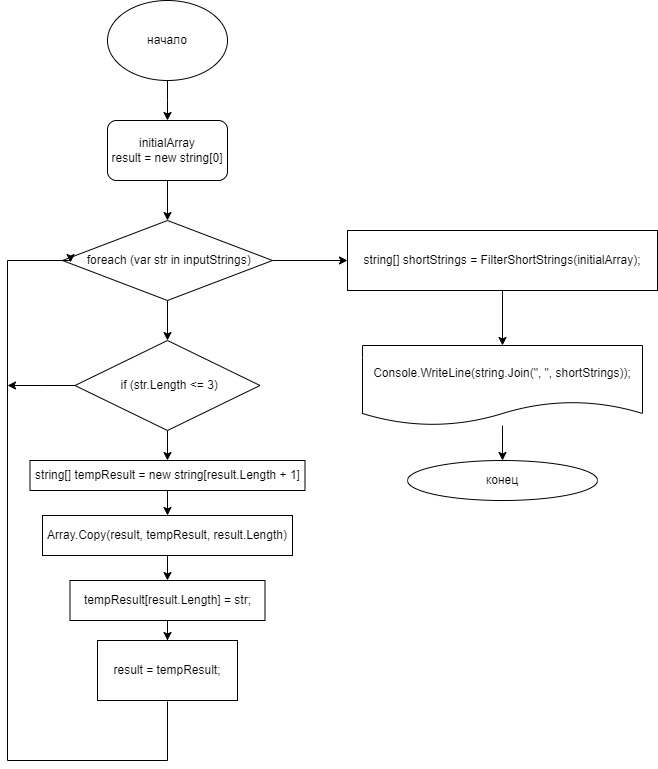
KirillSemibratov/controlWork keeps this draw.io diagram as контрольная работа.drawio.png. Above is the earlier version. Source tidied: cells renumbered, new cells last; positions are measured from the earlier drawing's top-left corner, leaving out a move shared by most shapes.
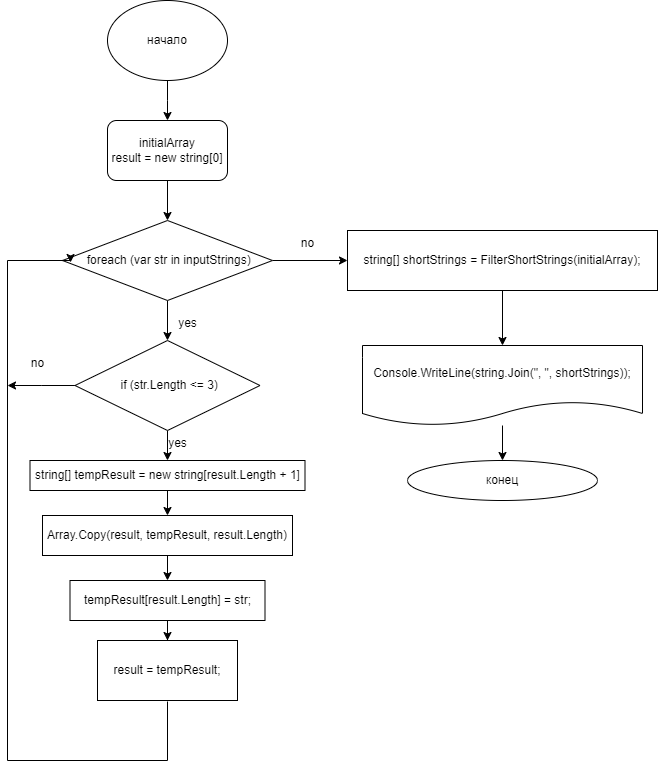
Above is the later version.

Commit message:
добавил блок схему

Diff of the diagram source:
```diff
@@ -84,5 +84,17 @@
     <mxCell id="24" value="конец" style="ellipse;whiteSpace=wrap;html=1;rounded=0;" parent="1" vertex="1">
       <mxGeometry x="400" y="460" width="190" height="40" as="geometry" />
     </mxCell>
+    <mxCell id="25" value="no" style="text;html=1;align=center;verticalAlign=middle;strokeColor=none;fillColor=none;" parent="1" vertex="1">
+      <mxGeometry x="280" y="228" width="40" height="30" as="geometry" />
+    </mxCell>
+    <mxCell id="26" value="yes" style="text;html=1;align=center;verticalAlign=middle;strokeColor=none;fillColor=none;" parent="1" vertex="1">
+      <mxGeometry x="160" y="308" width="40" height="30" as="geometry" />
+    </mxCell>
+    <mxCell id="27" value="yes" style="text;html=1;align=center;verticalAlign=middle;strokeColor=none;fillColor=none;" parent="1" vertex="1">
+      <mxGeometry x="150" y="428" width="40" height="30" as="geometry" />
+    </mxCell>
+    <mxCell id="28" value="no" style="text;html=1;align=center;verticalAlign=middle;strokeColor=none;fillColor=none;" parent="1" vertex="1">
+      <mxGeometry x="10" y="348" width="40" height="30" as="geometry" />
+    </mxCell>
   </root>
 </mxGraphModel>
```
